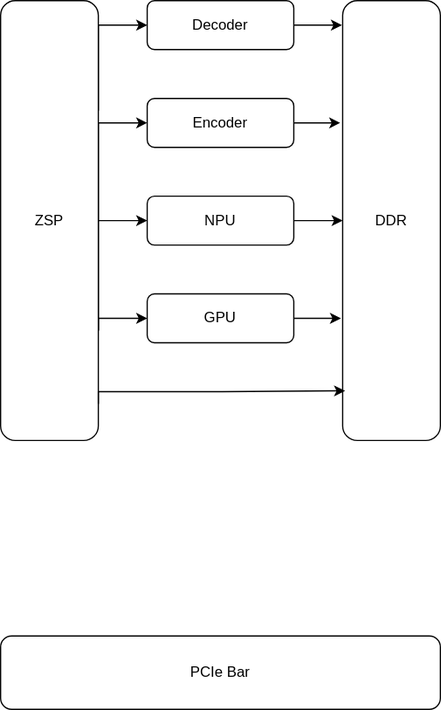
This is supernova_hw.drawio.svg from GYZHANG2019/temp, a draw.io export, as it was before one commit. Source tidied: cells renumbered, new cells last; positions are measured from the earlier drawing's top-left corner, leaving out a move shared by most shapes.
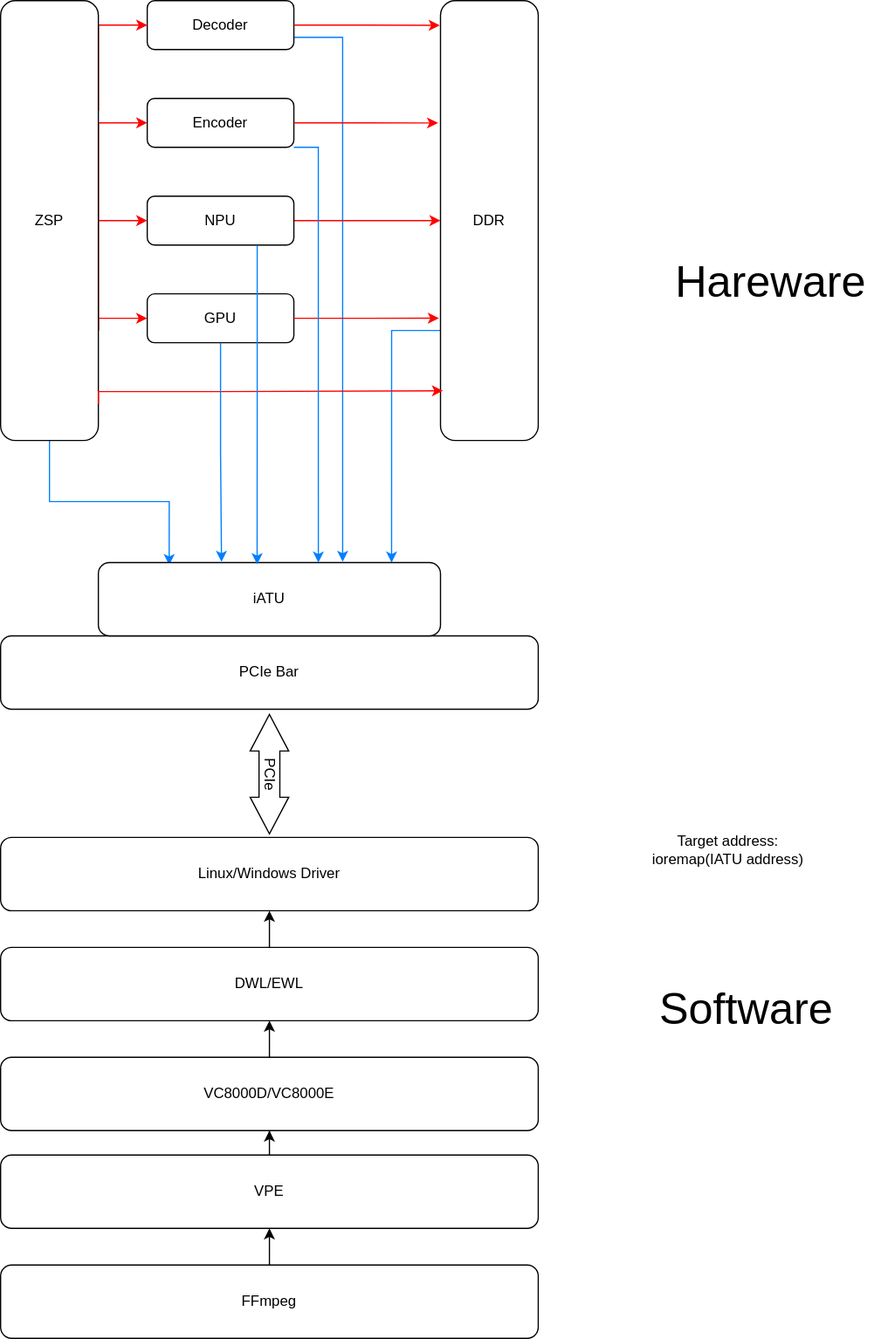
After the change.

Change to the diagram source:
```diff
@@ -2,13 +2,16 @@
   <root>
     <mxCell id="0" />
     <mxCell id="1" parent="0" />
+    <mxCell id="18" style="edgeStyle=orthogonalEdgeStyle;rounded=0;jettySize=auto;html=1;exitX=1;exitY=0.75;exitDx=0;exitDy=0;entryX=0.714;entryY=-0.011;entryDx=0;entryDy=0;entryPerimeter=0;strokeColor=#007FFF;" parent="1" edge="1" source="2" target="21">
+      <mxGeometry relative="1" as="geometry" />
+    </mxCell>
     <mxCell id="2" value="Decoder" style="rounded=1;whiteSpace=wrap;html=1;" parent="1" vertex="1">
       <mxGeometry x="120" width="120" height="40" as="geometry" />
     </mxCell>
     <mxCell id="3" value="Encoder" style="rounded=1;whiteSpace=wrap;html=1;" parent="1" vertex="1">
       <mxGeometry x="120" y="80" width="120" height="40" as="geometry" />
     </mxCell>
-    <mxCell id="4" style="edgeStyle=orthogonalEdgeStyle;rounded=0;jettySize=auto;html=1;exitX=1;exitY=0.5;exitDx=0;exitDy=0;entryX=0;entryY=0.5;entryDx=0;entryDy=0;" parent="1" edge="1" source="5" target="7">
+    <mxCell id="4" style="edgeStyle=orthogonalEdgeStyle;rounded=0;jettySize=auto;html=1;exitX=1;exitY=0.5;exitDx=0;exitDy=0;entryX=0;entryY=0.5;entryDx=0;entryDy=0;strokeColor=#FF0000;" parent="1" edge="1" source="5" target="7">
       <mxGeometry relative="1" as="geometry" />
     </mxCell>
     <mxCell id="5" value="NPU" style="rounded=1;whiteSpace=wrap;html=1;" parent="1" vertex="1">
@@ -17,44 +20,50 @@
     <mxCell id="6" value="GPU" style="rounded=1;whiteSpace=wrap;html=1;" parent="1" vertex="1">
       <mxGeometry x="120" y="240" width="120" height="40" as="geometry" />
     </mxCell>
+    <mxCell id="19" style="edgeStyle=orthogonalEdgeStyle;rounded=0;jettySize=auto;html=1;exitX=0;exitY=0.75;exitDx=0;exitDy=0;entryX=0.857;entryY=0;entryDx=0;entryDy=0;entryPerimeter=0;strokeColor=#007FFF;" parent="1" edge="1" source="7" target="21">
+      <mxGeometry relative="1" as="geometry" />
+    </mxCell>
     <mxCell id="7" value="DDR" style="rounded=1;whiteSpace=wrap;html=1;" parent="1" vertex="1">
-      <mxGeometry x="280" width="80" height="360" as="geometry" />
+      <mxGeometry x="360" width="80" height="360" as="geometry" />
     </mxCell>
-    <mxCell id="8" style="edgeStyle=orthogonalEdgeStyle;rounded=0;jettySize=auto;html=1;exitX=1;exitY=0.25;exitDx=0;exitDy=0;entryX=0;entryY=0.5;entryDx=0;entryDy=0;" parent="1" edge="1" source="12" target="2">
+    <mxCell id="8" style="edgeStyle=orthogonalEdgeStyle;rounded=0;jettySize=auto;html=1;exitX=1;exitY=0.25;exitDx=0;exitDy=0;entryX=0;entryY=0.5;entryDx=0;entryDy=0;strokeColor=#FF0000;" parent="1" edge="1" source="12" target="2">
       <mxGeometry relative="1" as="geometry">
         <Array as="points">
           <mxPoint x="80" y="20" />
         </Array>
       </mxGeometry>
     </mxCell>
-    <mxCell id="9" style="edgeStyle=orthogonalEdgeStyle;rounded=0;jettySize=auto;html=1;exitX=1;exitY=0.5;exitDx=0;exitDy=0;entryX=0;entryY=0.5;entryDx=0;entryDy=0;" parent="1" edge="1" source="12" target="3">
+    <mxCell id="9" style="edgeStyle=orthogonalEdgeStyle;rounded=0;jettySize=auto;html=1;exitX=1;exitY=0.5;exitDx=0;exitDy=0;entryX=0;entryY=0.5;entryDx=0;entryDy=0;strokeColor=#FF0000;" parent="1" edge="1" source="12" target="3">
       <mxGeometry relative="1" as="geometry">
         <Array as="points">
           <mxPoint x="80" y="100" />
         </Array>
       </mxGeometry>
     </mxCell>
-    <mxCell id="10" style="edgeStyle=orthogonalEdgeStyle;rounded=0;jettySize=auto;html=1;exitX=1;exitY=0.75;exitDx=0;exitDy=0;entryX=0;entryY=0.5;entryDx=0;entryDy=0;" parent="1" edge="1" source="12" target="5">
+    <mxCell id="10" style="edgeStyle=orthogonalEdgeStyle;rounded=0;jettySize=auto;html=1;exitX=1;exitY=0.75;exitDx=0;exitDy=0;entryX=0;entryY=0.5;entryDx=0;entryDy=0;strokeColor=#FF0000;" parent="1" edge="1" source="12" target="5">
       <mxGeometry relative="1" as="geometry">
         <Array as="points">
           <mxPoint x="80" y="180" />
         </Array>
       </mxGeometry>
     </mxCell>
-    <mxCell id="11" style="edgeStyle=orthogonalEdgeStyle;rounded=0;jettySize=auto;html=1;exitX=1;exitY=0.75;exitDx=0;exitDy=0;" parent="1" edge="1" source="12" target="6">
+    <mxCell id="11" style="edgeStyle=orthogonalEdgeStyle;rounded=0;jettySize=auto;html=1;exitX=1;exitY=0.75;exitDx=0;exitDy=0;strokeColor=#FF0000;" parent="1" edge="1" source="12" target="6">
       <mxGeometry relative="1" as="geometry">
         <Array as="points">
           <mxPoint x="80" y="260" />
         </Array>
       </mxGeometry>
     </mxCell>
+    <mxCell id="20" style="edgeStyle=orthogonalEdgeStyle;rounded=0;jettySize=auto;html=1;exitX=0.5;exitY=1;exitDx=0;exitDy=0;entryX=0.207;entryY=0.033;entryDx=0;entryDy=0;entryPerimeter=0;strokeColor=#007FFF;" parent="1" edge="1" source="12" target="21">
+      <mxGeometry relative="1" as="geometry" />
+    </mxCell>
     <mxCell id="12" value="ZSP" style="rounded=1;whiteSpace=wrap;html=1;" parent="1" vertex="1">
       <mxGeometry width="80" height="360" as="geometry" />
     </mxCell>
     <mxCell id="13" value="PCIe Bar" style="rounded=1;whiteSpace=wrap;html=1;" parent="1" vertex="1">
-      <mxGeometry y="520" width="360" height="60" as="geometry" />
+      <mxGeometry y="520" width="440" height="60" as="geometry" />
     </mxCell>
-    <mxCell id="14" style="edgeStyle=orthogonalEdgeStyle;rounded=0;jettySize=auto;html=1;entryX=0.025;entryY=0.887;entryDx=0;entryDy=0;entryPerimeter=0;" parent="1" edge="1" target="7">
+    <mxCell id="14" style="edgeStyle=orthogonalEdgeStyle;rounded=0;jettySize=auto;html=1;entryX=0.025;entryY=0.887;entryDx=0;entryDy=0;entryPerimeter=0;strokeColor=#FF0000;" parent="1" edge="1" target="7">
       <mxGeometry relative="1" as="geometry">
         <mxPoint x="80" y="330" as="sourcePoint" />
         <Array as="points">
@@ -63,14 +72,72 @@
         </Array>
       </mxGeometry>
     </mxCell>
-    <mxCell id="15" style="edgeStyle=orthogonalEdgeStyle;rounded=0;jettySize=auto;html=1;exitX=1;exitY=0.5;exitDx=0;exitDy=0;entryX=-0.017;entryY=0.722;entryDx=0;entryDy=0;entryPerimeter=0;" parent="1" edge="1" source="6" target="7">
+    <mxCell id="15" style="edgeStyle=orthogonalEdgeStyle;rounded=0;jettySize=auto;html=1;exitX=1;exitY=0.5;exitDx=0;exitDy=0;entryX=-0.017;entryY=0.722;entryDx=0;entryDy=0;entryPerimeter=0;strokeColor=#FF0000;" parent="1" edge="1" source="6" target="7">
       <mxGeometry relative="1" as="geometry" />
     </mxCell>
-    <mxCell id="16" style="edgeStyle=orthogonalEdgeStyle;rounded=0;jettySize=auto;html=1;exitX=1;exitY=0.5;exitDx=0;exitDy=0;entryX=-0.008;entryY=0.056;entryDx=0;entryDy=0;entryPerimeter=0;" parent="1" edge="1" source="2" target="7">
+    <mxCell id="16" style="edgeStyle=orthogonalEdgeStyle;rounded=0;jettySize=auto;html=1;exitX=1;exitY=0.5;exitDx=0;exitDy=0;entryX=-0.008;entryY=0.056;entryDx=0;entryDy=0;entryPerimeter=0;strokeColor=#FF0000;" parent="1" edge="1" source="2" target="7">
       <mxGeometry relative="1" as="geometry" />
     </mxCell>
-    <mxCell id="17" style="edgeStyle=orthogonalEdgeStyle;rounded=0;jettySize=auto;html=1;exitX=1;exitY=0.5;exitDx=0;exitDy=0;entryX=-0.025;entryY=0.278;entryDx=0;entryDy=0;entryPerimeter=0;" parent="1" edge="1" source="3" target="7">
+    <mxCell id="17" style="edgeStyle=orthogonalEdgeStyle;rounded=0;jettySize=auto;html=1;exitX=1;exitY=0.5;exitDx=0;exitDy=0;entryX=-0.025;entryY=0.278;entryDx=0;entryDy=0;entryPerimeter=0;strokeColor=#FF0000;" parent="1" edge="1" source="3" target="7">
       <mxGeometry relative="1" as="geometry" />
     </mxCell>
+    <mxCell id="21" value="iATU" style="rounded=1;whiteSpace=wrap;html=1;" parent="1" vertex="1">
+      <mxGeometry x="80" y="460" width="280" height="60" as="geometry" />
+    </mxCell>
+    <mxCell id="22" style="edgeStyle=orthogonalEdgeStyle;rounded=0;jettySize=auto;html=1;exitX=0.5;exitY=1;exitDx=0;exitDy=0;entryX=0.36;entryY=-0.011;entryDx=0;entryDy=0;entryPerimeter=0;strokeColor=#007FFF;" parent="1" edge="1" source="6" target="21">
+      <mxGeometry relative="1" as="geometry" />
+    </mxCell>
+    <mxCell id="23" style="edgeStyle=orthogonalEdgeStyle;rounded=0;jettySize=auto;html=1;exitX=0.75;exitY=1;exitDx=0;exitDy=0;entryX=0.464;entryY=0.022;entryDx=0;entryDy=0;entryPerimeter=0;strokeColor=#007FFF;" parent="1" edge="1" source="5" target="21">
+      <mxGeometry relative="1" as="geometry" />
+    </mxCell>
+    <mxCell id="24" style="edgeStyle=orthogonalEdgeStyle;rounded=0;jettySize=auto;html=1;exitX=1;exitY=1;exitDx=0;exitDy=0;entryX=0.643;entryY=0;entryDx=0;entryDy=0;entryPerimeter=0;strokeColor=#007FFF;" parent="1" edge="1" source="3" target="21">
+      <mxGeometry relative="1" as="geometry">
+        <Array as="points">
+          <mxPoint x="260" y="120" />
+        </Array>
+      </mxGeometry>
+    </mxCell>
+    <mxCell id="25" value="Linux/Windows Driver" style="rounded=1;whiteSpace=wrap;html=1;" parent="1" vertex="1">
+      <mxGeometry y="685" width="440" height="60" as="geometry" />
+    </mxCell>
+    <mxCell id="26" style="edgeStyle=orthogonalEdgeStyle;rounded=0;jettySize=auto;html=1;exitX=0.5;exitY=0;exitDx=0;exitDy=0;entryX=0.5;entryY=1;entryDx=0;entryDy=0;" parent="1" edge="1" source="27" target="25">
+      <mxGeometry relative="1" as="geometry" />
+    </mxCell>
+    <mxCell id="27" value="DWL/EWL" style="rounded=1;whiteSpace=wrap;html=1;" parent="1" vertex="1">
+      <mxGeometry y="775" width="440" height="60" as="geometry" />
+    </mxCell>
+    <mxCell id="28" style="edgeStyle=orthogonalEdgeStyle;rounded=0;jettySize=auto;html=1;exitX=0.5;exitY=0;exitDx=0;exitDy=0;entryX=0.5;entryY=1;entryDx=0;entryDy=0;" parent="1" edge="1" source="29" target="27">
+      <mxGeometry relative="1" as="geometry" />
+    </mxCell>
+    <mxCell id="29" value="VC8000D/VC8000E" style="rounded=1;whiteSpace=wrap;html=1;" parent="1" vertex="1">
+      <mxGeometry y="865" width="440" height="60" as="geometry" />
+    </mxCell>
+    <mxCell id="30" style="edgeStyle=orthogonalEdgeStyle;rounded=0;jettySize=auto;html=1;exitX=0.5;exitY=0;exitDx=0;exitDy=0;" parent="1" edge="1" source="31" target="29">
+      <mxGeometry relative="1" as="geometry" />
+    </mxCell>
+    <mxCell id="31" value="VPE" style="rounded=1;whiteSpace=wrap;html=1;" parent="1" vertex="1">
+      <mxGeometry y="945" width="440" height="60" as="geometry" />
+    </mxCell>
+    <mxCell id="32" style="edgeStyle=orthogonalEdgeStyle;rounded=0;jettySize=auto;html=1;exitX=0.5;exitY=0;exitDx=0;exitDy=0;entryX=0.5;entryY=1;entryDx=0;entryDy=0;" parent="1" edge="1" source="33" target="31">
+      <mxGeometry relative="1" as="geometry" />
+    </mxCell>
+    <mxCell id="33" value="FFmpeg" style="rounded=1;whiteSpace=wrap;html=1;" parent="1" vertex="1">
+      <mxGeometry y="1035" width="440" height="60" as="geometry" />
+    </mxCell>
+    <mxCell id="34" value="&lt;font style=&quot;font-size: 36px;&quot;&gt;Hareware&lt;/font&gt;" style="text;html=1;align=center;verticalAlign=middle;strokeColor=none;fillColor=none;" parent="1" vertex="1">
+      <mxGeometry x="540" y="200" width="180" height="60" as="geometry" />
+    </mxCell>
+    <mxCell id="35" value="&lt;font style=&quot;font-size: 36px;&quot;&gt;Software&lt;/font&gt;" style="text;html=1;align=center;verticalAlign=middle;strokeColor=none;fillColor=none;" parent="1" vertex="1">
+      <mxGeometry x="525" y="795" width="170" height="60" as="geometry" />
+    </mxCell>
+    <mxCell id="36" value="PCIe" style="html=1;shadow=0;dashed=0;align=center;verticalAlign=middle;shape=mxgraph.arrows2.twoWayArrow;dy=0.46;dx=29.92;rotation=90;" parent="1" vertex="1">
+      <mxGeometry x="171.2" y="617.4" width="97.7" height="31.6" as="geometry" />
+    </mxCell>
+    <mxCell id="37" value="&lt;div style=&quot;background-color: rgb(31, 31, 31); font-family: Consolas, &amp;quot;Courier New&amp;quot;, monospace; font-size: 14px; line-height: 19px; white-space-collapse: preserve;&quot;&gt;&lt;br&gt;&lt;/div&gt;" style="text;html=1;align=center;verticalAlign=middle;strokeColor=none;fillColor=none;" parent="1" vertex="1">
+      <mxGeometry x="510" y="498" width="20" height="30" as="geometry" />
+    </mxCell>
+    <mxCell id="38" value="Target address:&lt;div&gt;ioremap(IATU address)&lt;/div&gt;" style="text;html=1;align=center;verticalAlign=middle;strokeColor=none;fillColor=none;" parent="1" vertex="1">
+      <mxGeometry x="520" y="675" width="150" height="40" as="geometry" />
+    </mxCell>
   </root>
 </mxGraphModel>
```
